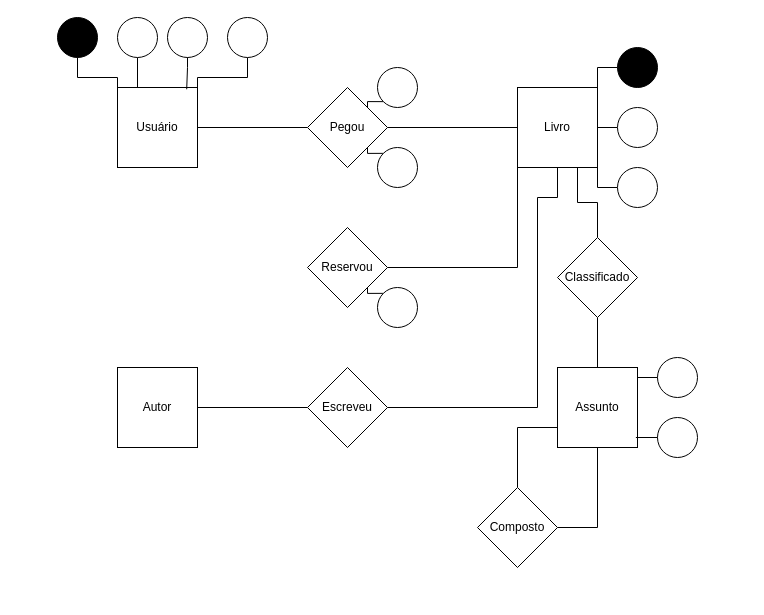
Earlier version of the draw.io diagram Esquema Relacional.drawio (Aliel101/Aliel101-Atividades). Source tidied: cells renumbered, new cells numbered last; positions are measured from the earlier drawing's top-left corner, leaving out a move shared by most shapes. Both pictures are drawn from the tidied source at 100%, with x=0, y=0 at pixel (57, 17).
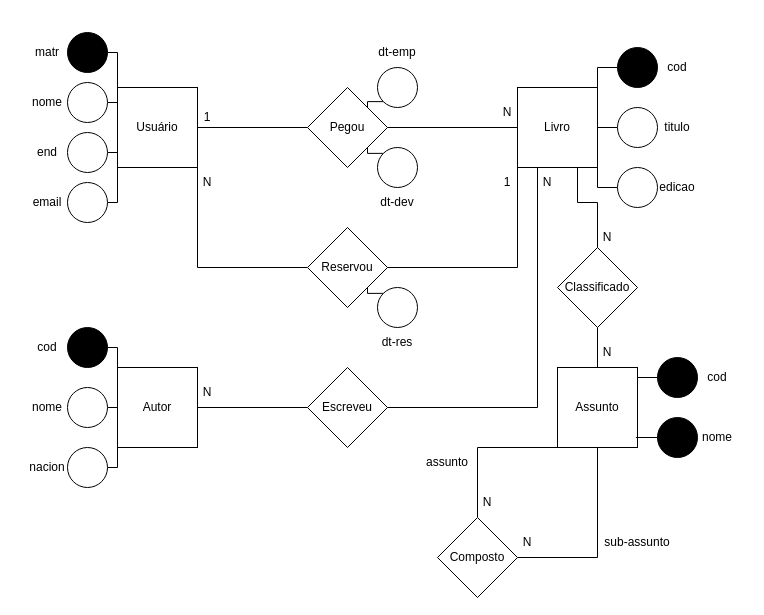
The same page after the edit.

Unchanged cells that the change refers to:
```xml
<mxCell id="3" value="Usuário" style="whiteSpace=wrap;html=1;" parent="1" vertex="1">
  <mxGeometry x="60" y="70" width="80" height="80" as="geometry" />
</mxCell>
<mxCell id="12" value="Autor" style="whiteSpace=wrap;html=1;" parent="1" vertex="1">
  <mxGeometry x="60" y="350" width="80" height="80" as="geometry" />
</mxCell>
<mxCell id="14" value="Livro" style="whiteSpace=wrap;html=1;" parent="1" vertex="1">
  <mxGeometry x="460" y="70" width="80" height="80" as="geometry" />
</mxCell>
<mxCell id="16" value="Assunto" style="whiteSpace=wrap;html=1;" parent="1" vertex="1">
  <mxGeometry x="500" y="350" width="80" height="80" as="geometry" />
</mxCell>
<mxCell id="28" value="Reservou" style="rhombus;whiteSpace=wrap;html=1;" parent="1" vertex="1">
  <mxGeometry x="250" y="210" width="80" height="80" as="geometry" />
</mxCell>
<mxCell id="30" value="Escreveu" style="rhombus;whiteSpace=wrap;html=1;" parent="1" vertex="1">
  <mxGeometry x="250" y="350" width="80" height="80" as="geometry" />
</mxCell>
```

The edit, as a diff of the source:
```diff
@@
+    <mxCell id="44" style="edgeStyle=orthogonalEdgeStyle;rounded=0;jettySize=auto;html=1;exitX=1;exitY=1;exitDx=0;exitDy=0;entryX=0;entryY=0.5;entryDx=0;entryDy=0;endArrow=none;endFill=0;" parent="1" edge="1" source="3" target="28">
+      <mxGeometry relative="1" as="geometry" />
+    </mxCell>
@@
-    <mxCell id="4" style="edgeStyle=orthogonalEdgeStyle;rounded=0;jettySize=auto;html=1;exitX=0.5;exitY=1;exitDx=0;exitDy=0;entryX=0;entryY=0;entryDx=0;entryDy=0;endArrow=none;endFill=0;" parent="1" edge="1" source="5" target="3">
+    <mxCell id="4" style="edgeStyle=orthogonalEdgeStyle;rounded=0;jettySize=auto;html=1;exitX=1;exitY=0.5;exitDx=0;exitDy=0;entryX=0;entryY=0;entryDx=0;entryDy=0;endArrow=none;endFill=0;" parent="1" edge="1" source="5" target="3">
       <mxGeometry relative="1" as="geometry" />
     </mxCell>
     <mxCell id="5" style="ellipse;whiteSpace=wrap;html=1;fillColor=#000000;" parent="1" vertex="1">
-      <mxGeometry width="40" height="40" as="geometry" />
+      <mxGeometry x="10" y="15" width="40" height="40" as="geometry" />
     </mxCell>
-    <mxCell id="6" style="edgeStyle=orthogonalEdgeStyle;rounded=0;jettySize=auto;html=1;exitX=0.5;exitY=1;exitDx=0;exitDy=0;entryX=0.25;entryY=0;entryDx=0;entryDy=0;endArrow=none;endFill=0;" parent="1" edge="1" source="7" target="3">
+    <mxCell id="6" style="edgeStyle=orthogonalEdgeStyle;rounded=0;jettySize=auto;html=1;exitX=1;exitY=0.5;exitDx=0;exitDy=0;entryX=0;entryY=0.25;entryDx=0;entryDy=0;endArrow=none;endFill=0;" parent="1" edge="1" source="7" target="3">
       <mxGeometry relative="1" as="geometry" />
     </mxCell>
     <mxCell id="7" style="ellipse;whiteSpace=wrap;html=1;" parent="1" vertex="1">
-      <mxGeometry x="60" width="40" height="40" as="geometry" />
+      <mxGeometry x="10" y="65" width="40" height="40" as="geometry" />
     </mxCell>
+    <mxCell id="43" style="edgeStyle=orthogonalEdgeStyle;rounded=0;jettySize=auto;html=1;exitX=1;exitY=0.5;exitDx=0;exitDy=0;entryX=0;entryY=0.75;entryDx=0;entryDy=0;endArrow=none;endFill=0;" parent="1" edge="1" source="8" target="3">
+      <mxGeometry relative="1" as="geometry" />
+    </mxCell>
     <mxCell id="8" style="ellipse;whiteSpace=wrap;html=1;" parent="1" vertex="1">
-      <mxGeometry x="110" width="40" height="40" as="geometry" />
+      <mxGeometry x="10" y="115" width="40" height="40" as="geometry" />
     </mxCell>
-    <mxCell id="9" style="edgeStyle=orthogonalEdgeStyle;rounded=0;jettySize=auto;html=1;exitX=0.5;exitY=1;exitDx=0;exitDy=0;entryX=1;entryY=0;entryDx=0;entryDy=0;endArrow=none;endFill=0;" parent="1" edge="1" source="10" target="3">
-      <mxGeometry relative="1" as="geometry">
-        <Array as="points">
-          <mxPoint x="190" y="60" />
-          <mxPoint x="140" y="60" />
-        </Array>
-      </mxGeometry>
+    <mxCell id="9" style="edgeStyle=orthogonalEdgeStyle;rounded=0;jettySize=auto;html=1;exitX=1;exitY=0.5;exitDx=0;exitDy=0;entryX=0;entryY=1;entryDx=0;entryDy=0;endArrow=none;endFill=0;" parent="1" edge="1" source="10" target="3">
+      <mxGeometry relative="1" as="geometry" />
     </mxCell>
     <mxCell id="10" style="ellipse;whiteSpace=wrap;html=1;" parent="1" vertex="1">
-      <mxGeometry x="170" width="40" height="40" as="geometry" />
+      <mxGeometry x="10" y="165" width="40" height="40" as="geometry" />
     </mxCell>
@@
-    <mxCell id="23" style="ellipse;whiteSpace=wrap;html=1;" parent="1" vertex="1">
+    <mxCell id="23" style="ellipse;whiteSpace=wrap;html=1;fillColor=#000000;" parent="1" vertex="1">
       <mxGeometry x="600" y="400" width="40" height="40" as="geometry" />
     </mxCell>
-    <mxCell id="24" style="ellipse;whiteSpace=wrap;html=1;fillColor=#FFFFFF;" parent="1" vertex="1">
+    <mxCell id="24" style="ellipse;whiteSpace=wrap;html=1;fillColor=#000000;strokeColor=#000000;" parent="1" vertex="1">
       <mxGeometry x="600" y="340" width="40" height="40" as="geometry" />
     </mxCell>
@@
     <mxCell id="29" style="edgeStyle=orthogonalEdgeStyle;rounded=0;jettySize=auto;html=1;exitX=1;exitY=0.5;exitDx=0;exitDy=0;entryX=0.5;entryY=1;entryDx=0;entryDy=0;endArrow=none;endFill=0;" parent="1" edge="1" source="30" target="14">
       <mxGeometry relative="1" as="geometry">
         <Array as="points">
           <mxPoint x="480" y="390" />
-          <mxPoint x="480" y="180" />
-          <mxPoint x="500" y="180" />
+          <mxPoint x="480" y="150" />
         </Array>
       </mxGeometry>
     </mxCell>
@@
     <mxCell id="31" value="Classificado" style="rhombus;whiteSpace=wrap;html=1;" parent="1" vertex="1">
-      <mxGeometry x="500" y="220" width="80" height="80" as="geometry" />
+      <mxGeometry x="500" y="230" width="80" height="80" as="geometry" />
     </mxCell>
     <mxCell id="32" style="edgeStyle=orthogonalEdgeStyle;rounded=0;jettySize=auto;html=1;exitX=1;exitY=0.5;exitDx=0;exitDy=0;entryX=0.5;entryY=1;entryDx=0;entryDy=0;endArrow=none;endFill=0;" parent="1" edge="1" source="34" target="16">
-      <mxGeometry relative="1" as="geometry" />
+      <mxGeometry relative="1" as="geometry">
+        <Array as="points">
+          <mxPoint x="540" y="540" />
+        </Array>
+      </mxGeometry>
     </mxCell>
-    <mxCell id="33" style="edgeStyle=orthogonalEdgeStyle;rounded=0;jettySize=auto;html=1;exitX=0.5;exitY=0;exitDx=0;exitDy=0;entryX=0;entryY=0.75;entryDx=0;entryDy=0;endArrow=none;endFill=0;" parent="1" edge="1" source="34" target="16">
-      <mxGeometry relative="1" as="geometry" />
+    <mxCell id="33" style="edgeStyle=orthogonalEdgeStyle;rounded=0;jettySize=auto;html=1;exitX=0.5;exitY=0;exitDx=0;exitDy=0;endArrow=none;endFill=0;" parent="1" edge="1" source="34">
+      <mxGeometry relative="1" as="geometry">
+        <mxPoint x="500" y="430" as="targetPoint" />
+        <Array as="points">
+          <mxPoint x="420" y="430" />
+        </Array>
+      </mxGeometry>
     </mxCell>
     <mxCell id="34" value="Composto" style="rhombus;whiteSpace=wrap;html=1;" parent="1" vertex="1">
-      <mxGeometry x="420" y="470" width="80" height="80" as="geometry" />
+      <mxGeometry x="380" y="500" width="80" height="80" as="geometry" />
     </mxCell>
@@
-    <mxCell id="43" style="edgeStyle=orthogonalEdgeStyle;rounded=0;jettySize=auto;html=1;exitX=0.5;exitY=1;exitDx=0;exitDy=0;entryX=0.865;entryY=0.022;entryDx=0;entryDy=0;entryPerimeter=0;endArrow=none;endFill=0;" parent="1" edge="1" source="8" target="3">
-      <mxGeometry relative="1" as="geometry">
-        <Array as="points">
-          <mxPoint x="130" y="50" />
-          <mxPoint x="129" y="50" />
-        </Array>
-      </mxGeometry>
-    </mxCell>
+    <mxCell id="45" style="edgeStyle=orthogonalEdgeStyle;rounded=0;jettySize=auto;html=1;exitX=1;exitY=0.5;exitDx=0;exitDy=0;entryX=0;entryY=0;entryDx=0;entryDy=0;endArrow=none;endFill=0;" parent="1" edge="1" source="46" target="12">
+      <mxGeometry relative="1" as="geometry" />
+    </mxCell>
+    <mxCell id="46" style="ellipse;whiteSpace=wrap;html=1;fillColor=#000000;" parent="1" vertex="1">
+      <mxGeometry x="10" y="310" width="40" height="40" as="geometry" />
+    </mxCell>
+    <mxCell id="47" style="edgeStyle=orthogonalEdgeStyle;rounded=0;jettySize=auto;html=1;exitX=1;exitY=0.5;exitDx=0;exitDy=0;entryX=0;entryY=0.5;entryDx=0;entryDy=0;endArrow=none;endFill=0;" parent="1" edge="1" source="48" target="12">
+      <mxGeometry relative="1" as="geometry" />
+    </mxCell>
+    <mxCell id="48" style="ellipse;whiteSpace=wrap;html=1;" parent="1" vertex="1">
+      <mxGeometry x="10" y="370" width="40" height="40" as="geometry" />
+    </mxCell>
+    <mxCell id="49" style="edgeStyle=orthogonalEdgeStyle;rounded=0;jettySize=auto;html=1;exitX=1;exitY=0.5;exitDx=0;exitDy=0;entryX=0;entryY=1;entryDx=0;entryDy=0;endArrow=none;endFill=0;" parent="1" edge="1" source="50" target="12">
+      <mxGeometry relative="1" as="geometry" />
+    </mxCell>
+    <mxCell id="50" style="ellipse;whiteSpace=wrap;html=1;" parent="1" vertex="1">
+      <mxGeometry x="10" y="430" width="40" height="40" as="geometry" />
+    </mxCell>
+    <mxCell id="51" value="matr" style="text;html=1;align=center;verticalAlign=middle;whiteSpace=wrap;rounded=0;" parent="1" vertex="1">
+      <mxGeometry x="-40" y="20" width="60" height="30" as="geometry" />
+    </mxCell>
+    <mxCell id="52" value="email" style="text;html=1;align=center;verticalAlign=middle;whiteSpace=wrap;rounded=0;" parent="1" vertex="1">
+      <mxGeometry x="-40" y="170" width="60" height="30" as="geometry" />
+    </mxCell>
+    <mxCell id="53" value="nome" style="text;html=1;align=center;verticalAlign=middle;whiteSpace=wrap;rounded=0;" parent="1" vertex="1">
+      <mxGeometry x="-40" y="70" width="60" height="30" as="geometry" />
+    </mxCell>
+    <mxCell id="54" value="end" style="text;html=1;align=center;verticalAlign=middle;whiteSpace=wrap;rounded=0;" parent="1" vertex="1">
+      <mxGeometry x="-40" y="120" width="60" height="30" as="geometry" />
+    </mxCell>
+    <mxCell id="55" value="dt-emp" style="text;html=1;align=center;verticalAlign=middle;whiteSpace=wrap;rounded=0;" parent="1" vertex="1">
+      <mxGeometry x="310" y="20" width="60" height="30" as="geometry" />
+    </mxCell>
+    <mxCell id="56" value="dt-dev" style="text;html=1;align=center;verticalAlign=middle;whiteSpace=wrap;rounded=0;" parent="1" vertex="1">
+      <mxGeometry x="310" y="170" width="60" height="30" as="geometry" />
+    </mxCell>
+    <mxCell id="57" value="dt-res" style="text;html=1;align=center;verticalAlign=middle;whiteSpace=wrap;rounded=0;" parent="1" vertex="1">
+      <mxGeometry x="310" y="310" width="60" height="30" as="geometry" />
+    </mxCell>
+    <mxCell id="58" value="1" style="text;html=1;align=center;verticalAlign=middle;whiteSpace=wrap;rounded=0;" parent="1" vertex="1">
+      <mxGeometry x="120" y="85" width="60" height="30" as="geometry" />
+    </mxCell>
+    <mxCell id="59" value="N" style="text;html=1;align=center;verticalAlign=middle;whiteSpace=wrap;rounded=0;" parent="1" vertex="1">
+      <mxGeometry x="420" y="80" width="60" height="30" as="geometry" />
+    </mxCell>
+    <mxCell id="60" value="cod" style="text;html=1;align=center;verticalAlign=middle;whiteSpace=wrap;rounded=0;" parent="1" vertex="1">
+      <mxGeometry x="590" y="35" width="60" height="30" as="geometry" />
+    </mxCell>
+    <mxCell id="61" value="titulo" style="text;html=1;align=center;verticalAlign=middle;whiteSpace=wrap;rounded=0;" parent="1" vertex="1">
+      <mxGeometry x="590" y="95" width="60" height="30" as="geometry" />
+    </mxCell>
+    <mxCell id="62" value="edicao" style="text;html=1;align=center;verticalAlign=middle;whiteSpace=wrap;rounded=0;" parent="1" vertex="1">
+      <mxGeometry x="590" y="155" width="60" height="30" as="geometry" />
+    </mxCell>
+    <mxCell id="63" value="cod" style="text;html=1;align=center;verticalAlign=middle;whiteSpace=wrap;rounded=0;" parent="1" vertex="1">
+      <mxGeometry x="630" y="345" width="60" height="30" as="geometry" />
+    </mxCell>
+    <mxCell id="64" value="nome" style="text;html=1;align=center;verticalAlign=middle;whiteSpace=wrap;rounded=0;" parent="1" vertex="1">
+      <mxGeometry x="630" y="405" width="60" height="30" as="geometry" />
+    </mxCell>
+    <mxCell id="65" value="cod" style="text;html=1;align=center;verticalAlign=middle;whiteSpace=wrap;rounded=0;" parent="1" vertex="1">
+      <mxGeometry x="-40" y="315" width="60" height="30" as="geometry" />
+    </mxCell>
+    <mxCell id="66" value="nome" style="text;html=1;align=center;verticalAlign=middle;whiteSpace=wrap;rounded=0;" parent="1" vertex="1">
+      <mxGeometry x="-40" y="375" width="60" height="30" as="geometry" />
+    </mxCell>
+    <mxCell id="67" value="nacion" style="text;html=1;align=center;verticalAlign=middle;whiteSpace=wrap;rounded=0;" parent="1" vertex="1">
+      <mxGeometry x="-40" y="435" width="60" height="30" as="geometry" />
+    </mxCell>
+    <mxCell id="68" value="N" style="text;html=1;align=center;verticalAlign=middle;whiteSpace=wrap;rounded=0;" parent="1" vertex="1">
+      <mxGeometry x="120" y="360" width="60" height="30" as="geometry" />
+    </mxCell>
+    <mxCell id="69" value="sub-assunto" style="text;html=1;align=center;verticalAlign=middle;whiteSpace=wrap;rounded=0;" parent="1" vertex="1">
+      <mxGeometry x="545" y="510" width="70" height="30" as="geometry" />
+    </mxCell>
+    <mxCell id="70" value="assunto" style="text;html=1;align=center;verticalAlign=middle;whiteSpace=wrap;rounded=0;" parent="1" vertex="1">
+      <mxGeometry x="360" y="430" width="60" height="30" as="geometry" />
+    </mxCell>
+    <mxCell id="71" value="N" style="text;html=1;align=center;verticalAlign=middle;whiteSpace=wrap;rounded=0;" parent="1" vertex="1">
+      <mxGeometry x="520" y="320" width="60" height="30" as="geometry" />
+    </mxCell>
+    <mxCell id="72" value="N" style="text;html=1;align=center;verticalAlign=middle;whiteSpace=wrap;rounded=0;" parent="1" vertex="1">
+      <mxGeometry x="520" y="205" width="60" height="30" as="geometry" />
+    </mxCell>
+    <mxCell id="73" value="N" style="text;html=1;align=center;verticalAlign=middle;whiteSpace=wrap;rounded=0;" parent="1" vertex="1">
+      <mxGeometry x="120" y="150" width="60" height="30" as="geometry" />
+    </mxCell>
+    <mxCell id="74" value="N" style="text;html=1;align=center;verticalAlign=middle;whiteSpace=wrap;rounded=0;" parent="1" vertex="1">
+      <mxGeometry x="400" y="470" width="60" height="30" as="geometry" />
+    </mxCell>
+    <mxCell id="75" value="N" style="text;html=1;align=center;verticalAlign=middle;whiteSpace=wrap;rounded=0;" parent="1" vertex="1">
+      <mxGeometry x="440" y="510" width="60" height="30" as="geometry" />
+    </mxCell>
+    <mxCell id="76" value="N" style="text;html=1;align=center;verticalAlign=middle;whiteSpace=wrap;rounded=0;" parent="1" vertex="1">
+      <mxGeometry x="460" y="150" width="60" height="30" as="geometry" />
+    </mxCell>
+    <mxCell id="77" value="1" style="text;html=1;align=center;verticalAlign=middle;whiteSpace=wrap;rounded=0;" parent="1" vertex="1">
+      <mxGeometry x="420" y="150" width="60" height="30" as="geometry" />
+    </mxCell>
```
